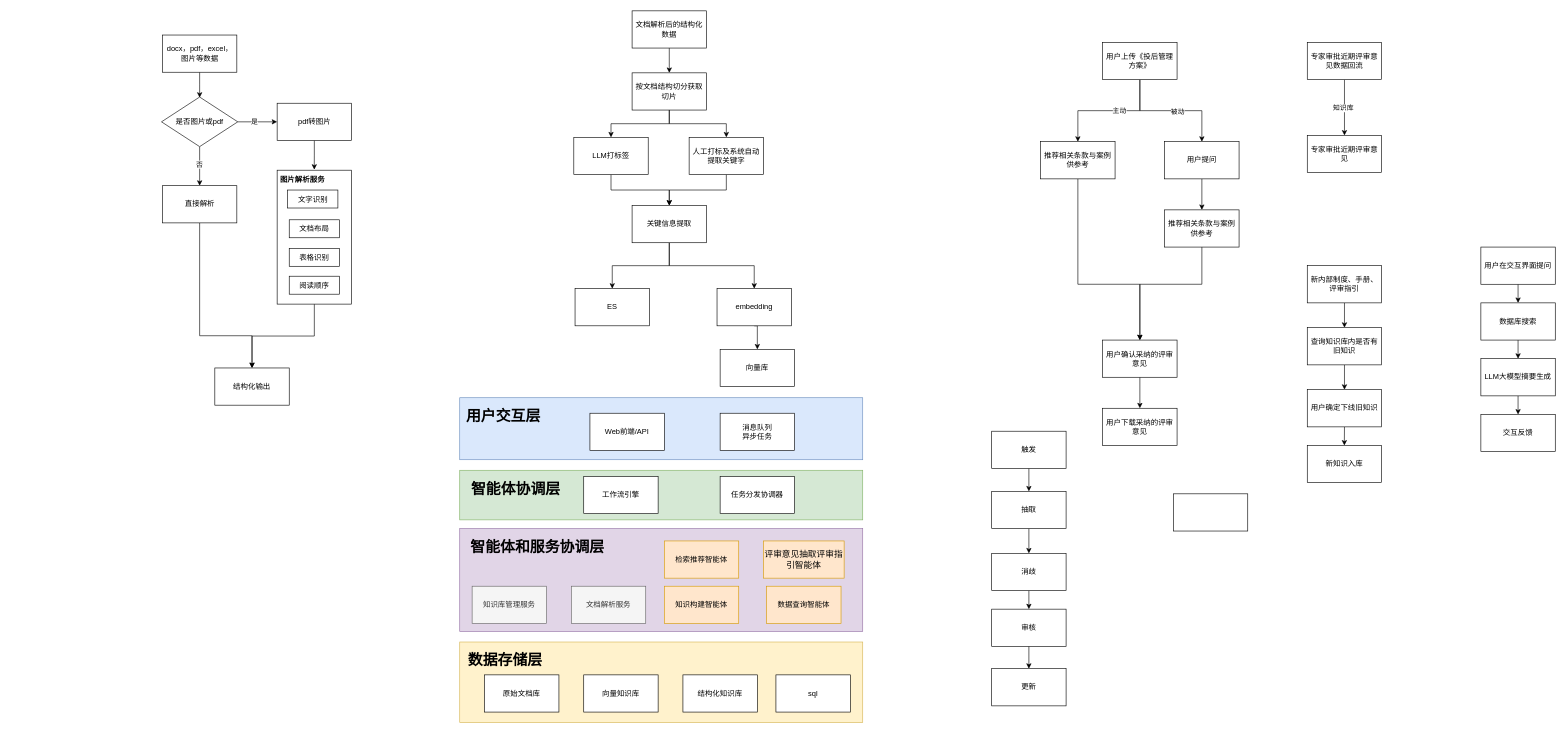
The draw.io diagram 未命名绘图.drawio in archwolf118/AI, before the edit. Source tidied: cells renumbered, new cells numbered last; positions are measured from the earlier drawing's top-left corner, leaving out a move shared by most shapes. Both pictures are drawn from the tidied source at 62%, with x=0, y=0 at pixel (161, 11).
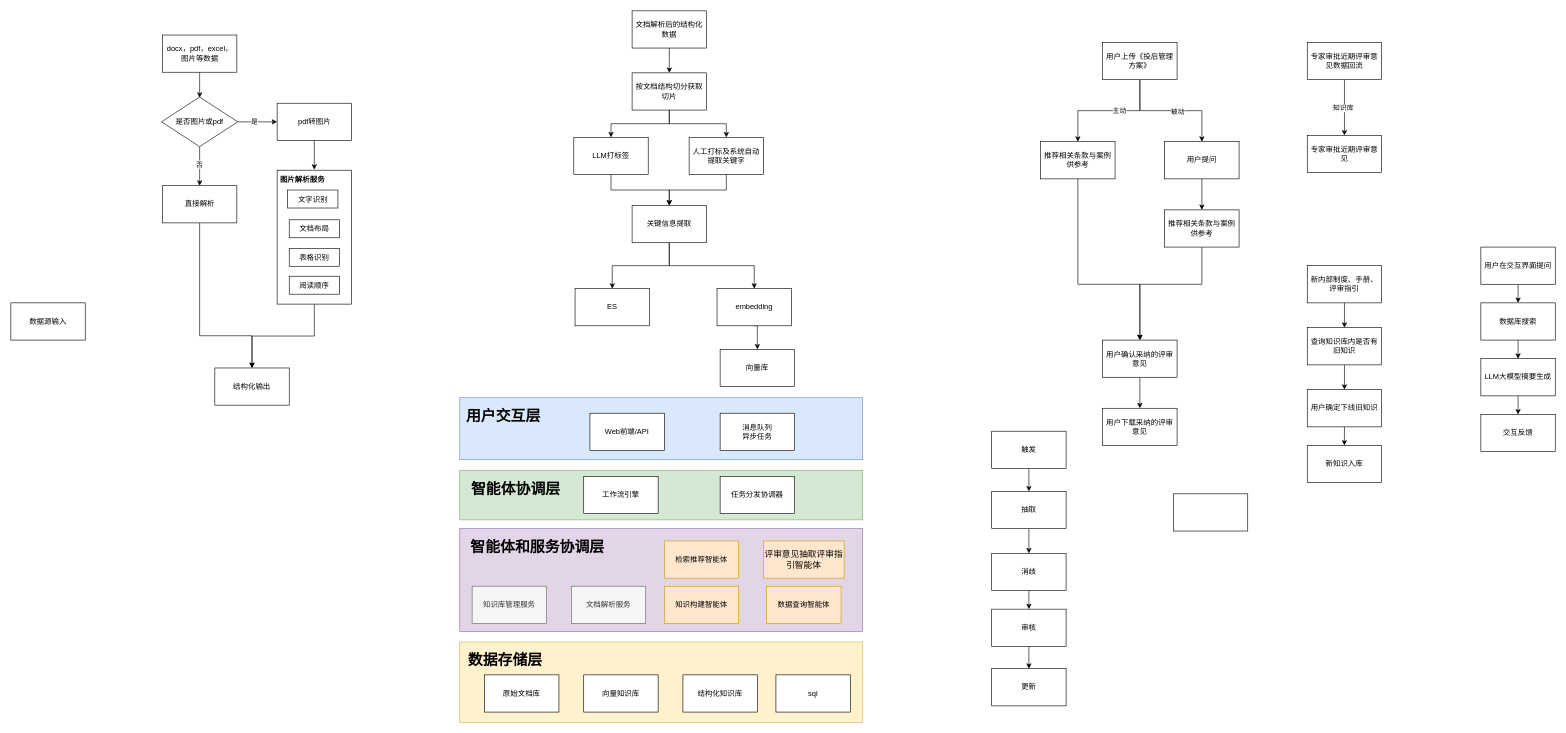
The same page after the edit.

Commit message:
投后知识库.drawio

Diff of the diagram source:
```diff
@@
+    <mxCell id="101" value="数据源输入" style="rounded=0;whiteSpace=wrap;html=1;" parent="1" vertex="1">
+      <mxGeometry x="-243" y="471" width="120" height="60" as="geometry" />
+    </mxCell>
```
